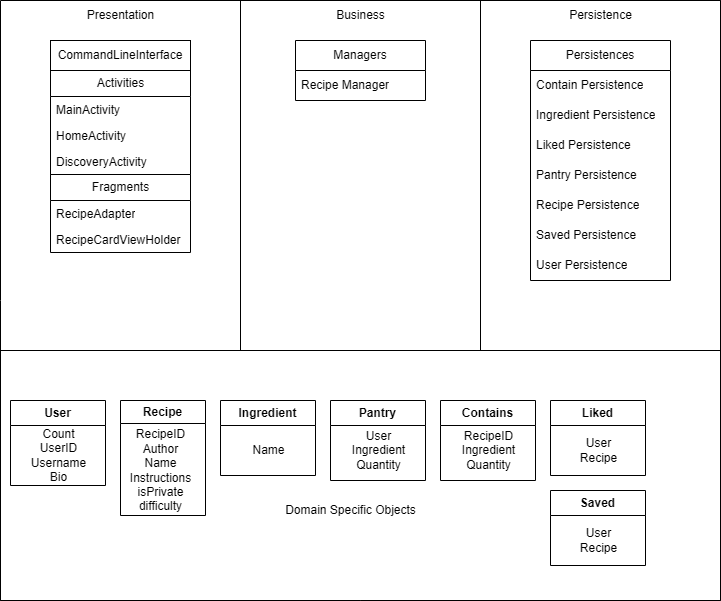
Earlier version of the draw.io export ArchitecturalDiagram.png (CarsonDDD/PantriPal-ACCI). Source tidied: cells renumbered, new cells last; positions are measured from the earlier drawing's top-left corner, leaving out a move shared by most shapes.
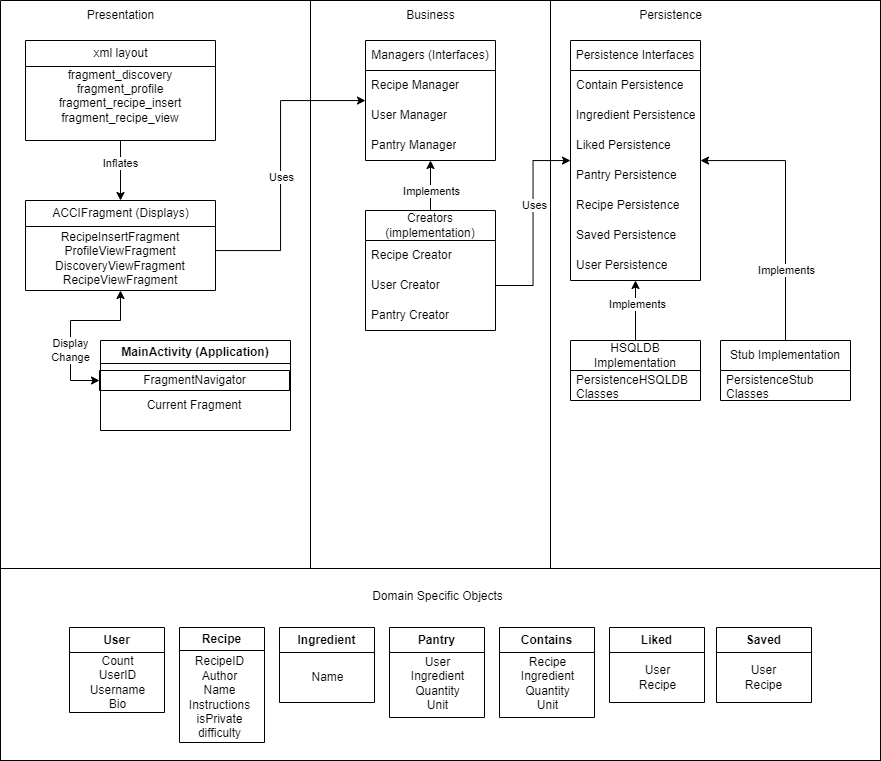
The same diagram one commit later.

Commit message:
add architectural diagram

Change to the diagram source:
```diff
@@ -3,127 +3,208 @@
     <mxCell id="0" />
     <mxCell id="1" parent="0" />
     <mxCell id="2" style="swimlane;startSize=0;" parent="1" vertex="1">
-      <mxGeometry width="720" height="600" as="geometry" />
+      <mxGeometry x="-70" y="10" width="880" height="760" as="geometry" />
     </mxCell>
     <mxCell id="3" value="Presentation" style="text;html=1;align=center;verticalAlign=middle;strokeColor=none;fillColor=none;" parent="2" vertex="1">
       <mxGeometry x="75" width="90" height="30" as="geometry" />
     </mxCell>
-    <mxCell id="4" value="Activities" style="swimlane;fontStyle=0;horizontal=1;startSize=26;fillColor=none;html=1;" parent="2" vertex="1">
-      <mxGeometry x="50" y="70" width="140" height="104" as="geometry" />
-    </mxCell>
-    <mxCell id="5" value="MainActivity" style="text;strokeColor=none;fillColor=none;align=left;verticalAlign=top;spacingLeft=4;spacingRight=4;overflow=hidden;whiteSpace=wrap;html=1;" parent="4" vertex="1">
-      <mxGeometry y="26" width="140" height="26" as="geometry" />
-    </mxCell>
-    <mxCell id="6" value="HomeActivity" style="text;strokeColor=none;fillColor=none;align=left;verticalAlign=top;spacingLeft=4;spacingRight=4;overflow=hidden;whiteSpace=wrap;html=1;" parent="4" vertex="1">
-      <mxGeometry y="52" width="140" height="26" as="geometry" />
-    </mxCell>
-    <mxCell id="7" value="DiscoveryActivity" style="text;strokeColor=none;fillColor=none;align=left;verticalAlign=top;spacingLeft=4;spacingRight=4;overflow=hidden;whiteSpace=wrap;html=1;" parent="4" vertex="1">
-      <mxGeometry y="78" width="140" height="26" as="geometry" />
-    </mxCell>
-    <mxCell id="8" style="rounded=0;whiteSpace=wrap;html=1;fillColor=none;" parent="2" vertex="1">
-      <mxGeometry x="50" y="40" width="140" height="30" as="geometry" />
-    </mxCell>
-    <mxCell id="9" value="CommandLineInterface" style="text;html=1;strokeColor=none;fillColor=none;align=center;verticalAlign=middle;whiteSpace=wrap;rounded=0;" parent="2" vertex="1">
-      <mxGeometry x="90" y="40" width="60" height="30" as="geometry" />
-    </mxCell>
-    <mxCell id="10" value="Fragments" style="swimlane;fontStyle=0;horizontal=1;startSize=26;fillColor=none;html=1;" parent="2" vertex="1">
-      <mxGeometry x="50" y="174" width="140" height="78" as="geometry" />
-    </mxCell>
-    <mxCell id="11" value="RecipeAdapter" style="text;strokeColor=none;fillColor=none;align=left;verticalAlign=top;spacingLeft=4;spacingRight=4;overflow=hidden;whiteSpace=wrap;html=1;" parent="10" vertex="1">
-      <mxGeometry y="26" width="140" height="26" as="geometry" />
-    </mxCell>
-    <mxCell id="12" value="RecipeCardViewHolder" style="text;strokeColor=none;fillColor=none;align=left;verticalAlign=top;spacingLeft=4;spacingRight=4;overflow=hidden;whiteSpace=wrap;html=1;" parent="10" vertex="1">
-      <mxGeometry y="52" width="140" height="26" as="geometry" />
-    </mxCell>
     <mxCell id="13" style="swimlane;startSize=0;" parent="2" vertex="1">
-      <mxGeometry y="350" width="720" height="250" as="geometry" />
+      <mxGeometry y="568" width="880" height="192" as="geometry" />
     </mxCell>
+    <mxCell id="32" value="Domain Specific Objects" style="text;html=1;align=center;verticalAlign=middle;strokeColor=none;fillColor=none;" parent="13" vertex="1">
+      <mxGeometry x="361.5" y="13" width="150" height="30" as="geometry" />
+    </mxCell>
     <mxCell id="14" value="User" style="swimlane;whiteSpace=wrap;html=1;startSize=25;" parent="13" vertex="1">
-      <mxGeometry x="10" y="50" width="95" height="85" as="geometry" />
+      <mxGeometry x="69" y="59" width="95" height="85" as="geometry" />
     </mxCell>
     <mxCell id="15" value="Count&lt;br&gt;UserID&lt;br&gt;Username&lt;br&gt;Bio" style="text;html=1;align=center;verticalAlign=middle;strokeColor=none;fillColor=none;" parent="14" vertex="1">
       <mxGeometry x="7.5" y="20" width="80" height="70" as="geometry" />
     </mxCell>
     <mxCell id="16" value="Recipe" style="swimlane;whiteSpace=wrap;html=1;" parent="13" vertex="1">
-      <mxGeometry x="120" y="50" width="85" height="115" as="geometry" />
+      <mxGeometry x="179" y="59" width="85" height="115" as="geometry" />
     </mxCell>
     <mxCell id="17" value="RecipeID&lt;br&gt;Author&lt;br&gt;Name&lt;br&gt;Instructions&lt;br&gt;isPrivate&lt;br&gt;difficulty" style="text;html=1;align=center;verticalAlign=middle;strokeColor=none;fillColor=none;" parent="16" vertex="1">
       <mxGeometry y="20" width="80" height="100" as="geometry" />
     </mxCell>
     <mxCell id="18" value="Ingredient" style="swimlane;whiteSpace=wrap;html=1;startSize=25;" parent="13" vertex="1">
-      <mxGeometry x="220" y="50" width="95" height="75" as="geometry" />
+      <mxGeometry x="279" y="59" width="95" height="75" as="geometry" />
     </mxCell>
     <mxCell id="19" value="Name" style="text;html=1;align=center;verticalAlign=middle;strokeColor=none;fillColor=none;" parent="18" vertex="1">
       <mxGeometry x="17.5" y="35" width="60" height="30" as="geometry" />
     </mxCell>
     <mxCell id="20" value="Pantry" style="swimlane;whiteSpace=wrap;html=1;startSize=25;" parent="13" vertex="1">
-      <mxGeometry x="330" y="50" width="95" height="80" as="geometry" />
+      <mxGeometry x="389" y="59" width="95" height="90" as="geometry" />
     </mxCell>
-    <mxCell id="21" value="User&lt;br&gt;Ingredient&lt;br&gt;Quantity" style="text;html=1;align=center;verticalAlign=middle;strokeColor=none;fillColor=none;" parent="20" vertex="1">
-      <mxGeometry x="7.5" y="20" width="80" height="60" as="geometry" />
+    <mxCell id="21" value="User&lt;br&gt;Ingredient&lt;br&gt;Quantity&lt;br&gt;Unit" style="text;html=1;align=center;verticalAlign=middle;strokeColor=none;fillColor=none;" parent="20" vertex="1">
+      <mxGeometry x="12.5" y="26" width="70" height="60" as="geometry" />
     </mxCell>
     <mxCell id="22" value="Contains" style="swimlane;whiteSpace=wrap;html=1;startSize=25;" parent="13" vertex="1">
-      <mxGeometry x="440" y="50" width="95" height="80" as="geometry" />
+      <mxGeometry x="499" y="59" width="95" height="90" as="geometry" />
     </mxCell>
-    <mxCell id="23" value="RecipeID&lt;br&gt;Ingredient&lt;br&gt;Quantity" style="text;html=1;align=center;verticalAlign=middle;strokeColor=none;fillColor=none;" parent="22" vertex="1">
-      <mxGeometry x="7.5" y="20" width="80" height="60" as="geometry" />
+    <mxCell id="23" value="Recipe&lt;br&gt;Ingredient&lt;br&gt;Quantity&lt;br&gt;Unit" style="text;html=1;align=center;verticalAlign=middle;strokeColor=none;fillColor=none;" parent="22" vertex="1">
+      <mxGeometry x="12.5" y="26" width="70" height="60" as="geometry" />
     </mxCell>
     <mxCell id="24" value="Liked" style="swimlane;whiteSpace=wrap;html=1;startSize=25;" parent="13" vertex="1">
-      <mxGeometry x="550" y="50" width="95" height="75" as="geometry" />
+      <mxGeometry x="609" y="59" width="95" height="75" as="geometry" />
     </mxCell>
     <mxCell id="25" value="User&lt;br&gt;Recipe" style="text;html=1;align=center;verticalAlign=middle;strokeColor=none;fillColor=none;" parent="24" vertex="1">
       <mxGeometry x="17.5" y="30" width="60" height="40" as="geometry" />
     </mxCell>
     <mxCell id="26" value="Saved" style="swimlane;whiteSpace=wrap;html=1;startSize=25;" parent="13" vertex="1">
-      <mxGeometry x="550" y="140" width="95" height="75" as="geometry" />
+      <mxGeometry x="716" y="59" width="95" height="75" as="geometry" />
     </mxCell>
     <mxCell id="27" value="User&lt;br&gt;Recipe" style="text;html=1;align=center;verticalAlign=middle;strokeColor=none;fillColor=none;" parent="26" vertex="1">
       <mxGeometry x="17.5" y="30" width="60" height="40" as="geometry" />
     </mxCell>
+    <mxCell id="43" value="ACCIFragment (Displays)" style="swimlane;fontStyle=0;horizontal=1;startSize=26;fillColor=none;html=1;" parent="2" vertex="1">
+      <mxGeometry x="25" y="200" width="190" height="90" as="geometry" />
+    </mxCell>
+    <mxCell id="44" value="&lt;div&gt;RecipeInsertFragment&lt;/div&gt;&lt;div&gt;ProfileViewFragment&lt;/div&gt;&lt;div&gt;DiscoveryViewFragment&lt;/div&gt;&lt;div&gt;RecipeViewFragment&lt;br&gt;&lt;/div&gt;" style="text;html=1;strokeColor=none;fillColor=none;align=center;verticalAlign=middle;whiteSpace=wrap;rounded=0;" parent="43" vertex="1">
+      <mxGeometry y="26" width="190" height="64" as="geometry" />
+    </mxCell>
+    <mxCell id="45" style="edgeStyle=orthogonalEdgeStyle;rounded=0;jettySize=auto;html=1;entryX=0.5;entryY=0;entryDx=0;entryDy=0;" parent="2" edge="1" source="47" target="43">
+      <mxGeometry relative="1" as="geometry" />
+    </mxCell>
+    <mxCell id="46" value="Inflates" style="edgeLabel;html=1;align=center;verticalAlign=middle;" parent="45" vertex="1">
+      <mxGeometry x="-0.26" y="-1" relative="1" as="geometry" />
+    </mxCell>
+    <mxCell id="47" value="xml layout" style="swimlane;fontStyle=0;horizontal=1;startSize=26;fillColor=none;html=1;" parent="2" vertex="1">
+      <mxGeometry x="25" y="40" width="190" height="100" as="geometry" />
+    </mxCell>
+    <mxCell id="48" value="&lt;div&gt;fragment_discovery&lt;/div&gt;&lt;div&gt;fragment_profile&lt;/div&gt;&lt;div&gt;fragment_recipe_insert&lt;/div&gt;&lt;div&gt;fragment_recipe_view&lt;/div&gt;&lt;div&gt;&lt;br&gt;&lt;/div&gt;" style="text;html=1;strokeColor=none;fillColor=none;align=center;verticalAlign=middle;whiteSpace=wrap;rounded=0;" parent="47" vertex="1">
+      <mxGeometry y="26" width="190" height="74" as="geometry" />
+    </mxCell>
+    <mxCell id="49" style="endArrow=classic;startArrow=classic;html=1;rounded=0;exitX=0;exitY=0.5;exitDx=0;exitDy=0;" parent="2" edge="1" source="63" target="43">
+      <mxGeometry relative="1" as="geometry">
+        <Array as="points">
+          <mxPoint x="70" y="380" />
+          <mxPoint x="70" y="320" />
+          <mxPoint x="120" y="320" />
+        </Array>
+      </mxGeometry>
+    </mxCell>
+    <mxCell id="50" value="&lt;div&gt;Display&lt;/div&gt;&lt;div&gt;Change&lt;br&gt;&lt;/div&gt;" style="edgeLabel;html=1;align=center;verticalAlign=middle;" parent="49" vertex="1">
+      <mxGeometry x="-0.29" y="1" relative="1" as="geometry" />
+    </mxCell>
-    <mxCell id="28" style="swimlane;startSize=0;fillColor=default;" parent="1" vertex="1">
-      <mxGeometry x="240" width="240" height="350" as="geometry" />
+    <mxCell id="28" style="swimlane;startSize=0;fillColor=default;" parent="2" vertex="1">
+      <mxGeometry x="310" width="240" height="568" as="geometry" />
     </mxCell>
     <mxCell id="29" value="Business" style="text;html=1;align=center;verticalAlign=middle;strokeColor=none;fillColor=none;" parent="28" vertex="1">
       <mxGeometry x="85" width="70" height="30" as="geometry" />
     </mxCell>
-    <mxCell id="30" value="Managers" style="swimlane;fontStyle=0;horizontal=1;startSize=30;whiteSpace=wrap;html=1;" parent="28" vertex="1">
-      <mxGeometry x="55" y="40" width="130" height="60" as="geometry" />
+    <mxCell id="30" value="Managers (Interfaces)" style="swimlane;fontStyle=0;horizontal=1;startSize=30;whiteSpace=wrap;html=1;" parent="28" vertex="1">
+      <mxGeometry x="55" y="40" width="130" height="120" as="geometry" />
     </mxCell>
     <mxCell id="31" value="Recipe Manager" style="text;strokeColor=none;fillColor=none;align=left;verticalAlign=middle;spacingLeft=4;spacingRight=4;overflow=hidden;whiteSpace=wrap;html=1;" parent="30" vertex="1">
       <mxGeometry y="30" width="130" height="30" as="geometry" />
     </mxCell>
-    <mxCell id="32" value="Domain Specific Objects" style="text;html=1;align=center;verticalAlign=middle;strokeColor=none;fillColor=none;" parent="1" vertex="1">
-      <mxGeometry x="275" y="495" width="150" height="30" as="geometry" />
-    </mxCell>
+    <mxCell id="51" value="User Manager" style="text;strokeColor=none;fillColor=none;align=left;verticalAlign=middle;spacingLeft=4;spacingRight=4;overflow=hidden;whiteSpace=wrap;html=1;" parent="30" vertex="1">
+      <mxGeometry y="60" width="130" height="30" as="geometry" />
+    </mxCell>
+    <mxCell id="52" value="Pantry Manager" style="text;strokeColor=none;fillColor=none;align=left;verticalAlign=middle;spacingLeft=4;spacingRight=4;overflow=hidden;whiteSpace=wrap;html=1;" parent="30" vertex="1">
+      <mxGeometry y="90" width="130" height="30" as="geometry" />
+    </mxCell>
+    <mxCell id="53" style="edgeStyle=orthogonalEdgeStyle;rounded=0;jettySize=auto;html=1;" parent="28" edge="1" source="55" target="30">
+      <mxGeometry relative="1" as="geometry" />
+    </mxCell>
+    <mxCell id="54" value="Implements" style="edgeLabel;html=1;align=center;verticalAlign=middle;" parent="53" vertex="1">
+      <mxGeometry x="-0.21" relative="1" as="geometry" />
+    </mxCell>
+    <mxCell id="55" value="Creators (implementation)" style="swimlane;fontStyle=0;horizontal=1;startSize=30;whiteSpace=wrap;html=1;" parent="28" vertex="1">
+      <mxGeometry x="55" y="210" width="130" height="120" as="geometry" />
+    </mxCell>
+    <mxCell id="56" value="Recipe Creator" style="text;strokeColor=none;fillColor=none;align=left;verticalAlign=middle;spacingLeft=4;spacingRight=4;overflow=hidden;whiteSpace=wrap;html=1;" parent="55" vertex="1">
+      <mxGeometry y="30" width="130" height="30" as="geometry" />
+    </mxCell>
+    <mxCell id="57" value="User Creator" style="text;strokeColor=none;fillColor=none;align=left;verticalAlign=middle;spacingLeft=4;spacingRight=4;overflow=hidden;points=[[0,0.5],[1,0.5]];portConstraint=eastwest;whiteSpace=wrap;html=1;" parent="55" vertex="1">
+      <mxGeometry y="60" width="130" height="30" as="geometry" />
+    </mxCell>
+    <mxCell id="58" value="Pantry Creator" style="text;strokeColor=none;fillColor=none;align=left;verticalAlign=middle;spacingLeft=4;spacingRight=4;overflow=hidden;whiteSpace=wrap;html=1;" parent="55" vertex="1">
+      <mxGeometry y="90" width="130" height="30" as="geometry" />
+    </mxCell>
+    <mxCell id="59" style="edgeStyle=orthogonalEdgeStyle;rounded=0;jettySize=auto;html=1;" parent="2" edge="1" source="43" target="30">
+      <mxGeometry relative="1" as="geometry">
+        <Array as="points">
+          <mxPoint x="280" y="250" />
+          <mxPoint x="280" y="100" />
+        </Array>
+      </mxGeometry>
+    </mxCell>
+    <mxCell id="60" value="Uses" style="edgeLabel;html=1;align=center;verticalAlign=middle;" parent="59" vertex="1">
+      <mxGeometry x="-0.08" relative="1" as="geometry" />
+    </mxCell>
+    <mxCell id="61" value="MainActivity (Application)" style="swimlane;whiteSpace=wrap;html=1;" parent="2" vertex="1">
+      <mxGeometry x="100" y="340" width="190" height="90" as="geometry" />
+    </mxCell>
+    <mxCell id="62" value="Current Fragment" style="text;html=1;strokeColor=none;fillColor=none;align=center;verticalAlign=middle;whiteSpace=wrap;rounded=0;" parent="61" vertex="1">
+      <mxGeometry x="-1" y="50" width="190" height="30" as="geometry" />
+    </mxCell>
+    <mxCell id="63" value="FragmentNavigator" style="swimlane;fontStyle=0;horizontal=1;startSize=26;fillColor=none;html=1;" parent="61" vertex="1">
+      <mxGeometry x="-1" y="30" width="190" height="20" as="geometry" />
+    </mxCell>
     <mxCell id="33" style="swimlane;startSize=0;" parent="1" vertex="1">
-      <mxGeometry x="480" width="240" height="350" as="geometry" />
+      <mxGeometry x="480" y="10" width="330" height="568" as="geometry" />
     </mxCell>
     <mxCell id="34" value="Persistence" style="text;html=1;align=center;verticalAlign=middle;strokeColor=none;fillColor=none;" parent="33" vertex="1">
       <mxGeometry x="75" width="90" height="30" as="geometry" />
     </mxCell>
-    <mxCell id="35" value="Persistences" style="swimlane;fontStyle=0;horizontal=1;startSize=30;whiteSpace=wrap;html=1;" parent="33" vertex="1">
-      <mxGeometry x="50" y="40" width="140" height="240" as="geometry" />
+    <mxCell id="35" value="Persistence Interfaces" style="swimlane;fontStyle=0;horizontal=1;startSize=30;whiteSpace=wrap;html=1;" parent="33" vertex="1">
+      <mxGeometry x="20" y="40" width="130" height="240" as="geometry" />
     </mxCell>
     <mxCell id="36" value="Contain Persistence" style="text;strokeColor=none;fillColor=none;align=left;verticalAlign=middle;spacingLeft=4;spacingRight=4;overflow=hidden;whiteSpace=wrap;html=1;" parent="35" vertex="1">
-      <mxGeometry y="30" width="140" height="30" as="geometry" />
+      <mxGeometry y="30" width="130" height="30" as="geometry" />
     </mxCell>
     <mxCell id="37" value="Ingredient Persistence" style="text;strokeColor=none;fillColor=none;align=left;verticalAlign=middle;spacingLeft=4;spacingRight=4;overflow=hidden;whiteSpace=wrap;html=1;" parent="35" vertex="1">
-      <mxGeometry y="60" width="140" height="30" as="geometry" />
+      <mxGeometry y="60" width="130" height="30" as="geometry" />
     </mxCell>
     <mxCell id="38" value="Liked Persistence" style="text;strokeColor=none;fillColor=none;align=left;verticalAlign=middle;spacingLeft=4;spacingRight=4;overflow=hidden;whiteSpace=wrap;html=1;" parent="35" vertex="1">
-      <mxGeometry y="90" width="140" height="30" as="geometry" />
+      <mxGeometry y="90" width="130" height="30" as="geometry" />
     </mxCell>
     <mxCell id="39" value="Pantry Persistence" style="text;strokeColor=none;fillColor=none;align=left;verticalAlign=middle;spacingLeft=4;spacingRight=4;overflow=hidden;whiteSpace=wrap;html=1;" parent="35" vertex="1">
-      <mxGeometry y="120" width="140" height="30" as="geometry" />
+      <mxGeometry y="120" width="130" height="30" as="geometry" />
     </mxCell>
     <mxCell id="40" value="Recipe Persistence" style="text;strokeColor=none;fillColor=none;align=left;verticalAlign=middle;spacingLeft=4;spacingRight=4;overflow=hidden;whiteSpace=wrap;html=1;" parent="35" vertex="1">
-      <mxGeometry y="150" width="140" height="30" as="geometry" />
+      <mxGeometry y="150" width="130" height="30" as="geometry" />
     </mxCell>
     <mxCell id="41" value="Saved Persistence" style="text;strokeColor=none;fillColor=none;align=left;verticalAlign=middle;spacingLeft=4;spacingRight=4;overflow=hidden;whiteSpace=wrap;html=1;" parent="35" vertex="1">
-      <mxGeometry y="180" width="140" height="30" as="geometry" />
+      <mxGeometry y="180" width="130" height="30" as="geometry" />
     </mxCell>
     <mxCell id="42" value="User Persistence" style="text;strokeColor=none;fillColor=none;align=left;verticalAlign=middle;spacingLeft=4;spacingRight=4;overflow=hidden;whiteSpace=wrap;html=1;" parent="35" vertex="1">
-      <mxGeometry y="210" width="140" height="30" as="geometry" />
+      <mxGeometry y="210" width="130" height="30" as="geometry" />
     </mxCell>
+    <mxCell id="64" style="edgeStyle=orthogonalEdgeStyle;rounded=0;jettySize=auto;html=1;" parent="33" edge="1" source="66" target="35">
+      <mxGeometry relative="1" as="geometry" />
+    </mxCell>
+    <mxCell id="65" value="Implements" style="edgeLabel;html=1;align=center;verticalAlign=middle;" parent="64" vertex="1">
+      <mxGeometry x="0.21" y="-1" relative="1" as="geometry" />
+    </mxCell>
+    <mxCell id="66" value="HSQLDB Implementation" style="swimlane;fontStyle=0;horizontal=1;startSize=30;whiteSpace=wrap;html=1;" parent="33" vertex="1">
+      <mxGeometry x="20" y="340" width="130" height="60" as="geometry" />
+    </mxCell>
+    <mxCell id="67" value="PersistenceHSQLDB Classes" style="text;strokeColor=none;fillColor=none;align=left;verticalAlign=middle;spacingLeft=4;spacingRight=4;overflow=hidden;whiteSpace=wrap;html=1;" parent="66" vertex="1">
+      <mxGeometry y="30" width="130" height="30" as="geometry" />
+    </mxCell>
+    <mxCell id="68" style="edgeStyle=orthogonalEdgeStyle;rounded=0;jettySize=auto;html=1;" parent="33" edge="1" source="70" target="35">
+      <mxGeometry relative="1" as="geometry">
+        <Array as="points">
+          <mxPoint x="235" y="160" />
+        </Array>
+      </mxGeometry>
+    </mxCell>
+    <mxCell id="69" value="Implements" style="edgeLabel;html=1;align=center;verticalAlign=middle;" parent="68" vertex="1">
+      <mxGeometry x="-0.47" relative="1" as="geometry" />
+    </mxCell>
+    <mxCell id="70" value="Stub Implementation" style="swimlane;fontStyle=0;horizontal=1;startSize=30;whiteSpace=wrap;html=1;" parent="33" vertex="1">
+      <mxGeometry x="170" y="340" width="130" height="60" as="geometry" />
+    </mxCell>
+    <mxCell id="71" value="PersistenceStub Classes&amp;nbsp;" style="text;strokeColor=none;fillColor=none;align=left;verticalAlign=middle;spacingLeft=4;spacingRight=4;overflow=hidden;whiteSpace=wrap;html=1;" parent="70" vertex="1">
+      <mxGeometry y="30" width="130" height="30" as="geometry" />
+    </mxCell>
+    <mxCell id="72" style="edgeStyle=orthogonalEdgeStyle;rounded=0;jettySize=auto;html=1;" parent="1" edge="1" source="57" target="35">
+      <mxGeometry relative="1" as="geometry" />
+    </mxCell>
+    <mxCell id="73" value="Uses" style="edgeLabel;html=1;align=center;verticalAlign=middle;" parent="72" vertex="1">
+      <mxGeometry x="0.17" y="-1" relative="1" as="geometry" />
+    </mxCell>
   </root>
 </mxGraphModel>
```
